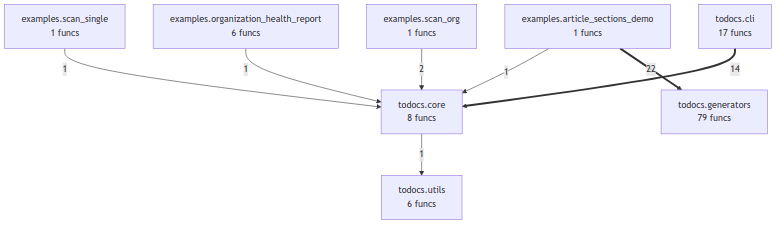
Before: project/compact_flow.png, a diagram exported from Mermaid (wronai/todocs). Its source is kept beside it as project/compact_flow.mmd.
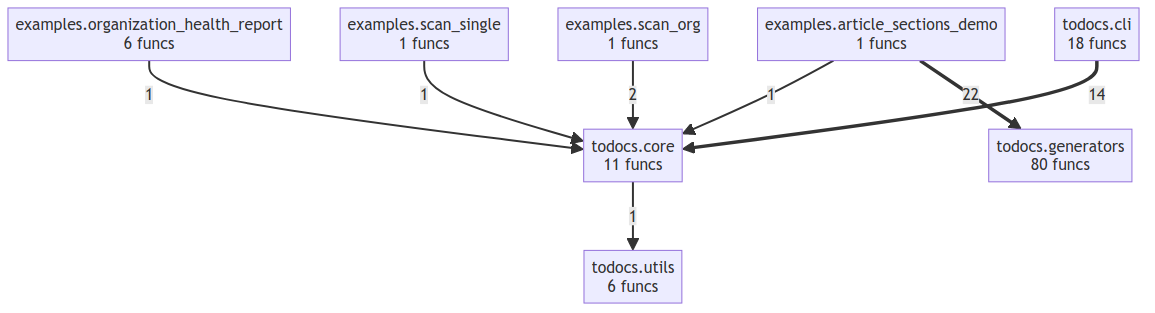
Later version of the same file.

What changed in the source:
```diff
@@ -1,16 +1,16 @@
 flowchart TD
-    examples_article_sections_demo["examples.article_sections_demo<br/>1 funcs"]
-    examples_organization_health_report["examples.organization_health_report<br/>6 funcs"]
-    examples_scan_org["examples.scan_org<br/>1 funcs"]
-    examples_scan_single["examples.scan_single<br/>1 funcs"]
-    todocs_cli["todocs.cli<br/>17 funcs"]
-    todocs_core["todocs.core<br/>8 funcs"]
-    todocs_generators["todocs.generators<br/>79 funcs"]
-    todocs_utils["todocs.utils<br/>6 funcs"]
-    examples_article_sections_demo ==>|22| todocs_generators
-    todocs_cli ==>|14| todocs_core
-    examples_scan_org -->|2| todocs_core
-    examples_article_sections_demo -->|1| todocs_core
-    examples_organization_health_report -->|1| todocs_core
-    examples_scan_single -->|1| todocs_core
-    todocs_core -->|1| todocs_utils
+    examples__article_sections_demo["examples.article_sections_demo<br/>1 funcs"]
+    examples__organization_health_report["examples.organization_health_report<br/>6 funcs"]
+    examples__scan_org["examples.scan_org<br/>1 funcs"]
+    examples__scan_single["examples.scan_single<br/>1 funcs"]
+    todocs__cli["todocs.cli<br/>18 funcs"]
+    todocs__core["todocs.core<br/>11 funcs"]
+    todocs__generators["todocs.generators<br/>80 funcs"]
+    todocs__utils["todocs.utils<br/>6 funcs"]
+    examples__article_sections_demo ==>|22| todocs__generators
+    todocs__cli ==>|14| todocs__core
+    examples__scan_org -->|2| todocs__core
+    examples__article_sections_demo -->|1| todocs__core
+    examples__scan_single -->|1| todocs__core
+    examples__organization_health_report -->|1| todocs__core
+    todocs__core -->|1| todocs__utils
```
